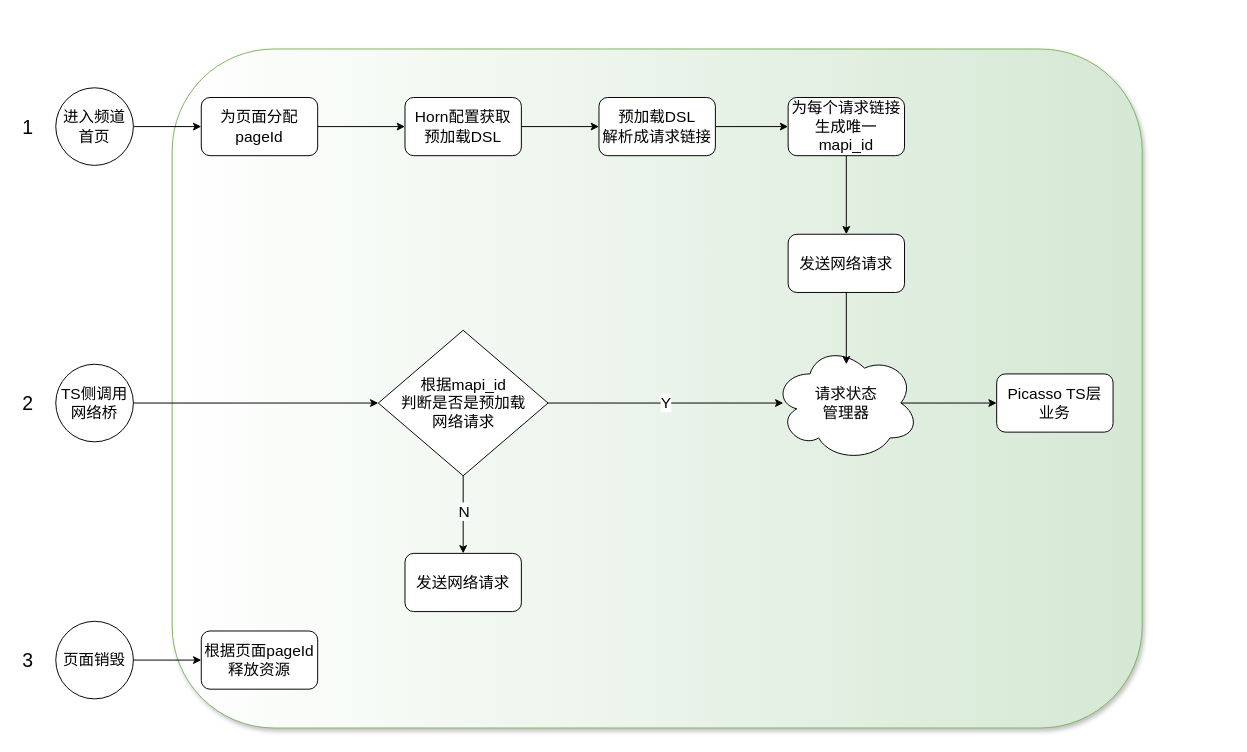
hpk1994/shophome keeps this draw.io diagram as page "第 6 页" (6 of 9) of 频道首页执行流程.drawio. Above is the earlier version. Source tidied: cells renumbered, new cells numbered last; positions are measured from the earlier drawing's top-left corner, leaving out a move shared by most shapes. Both pictures are drawn from the tidied source at 97%, with x=0, y=0 at pixel (16, 48).
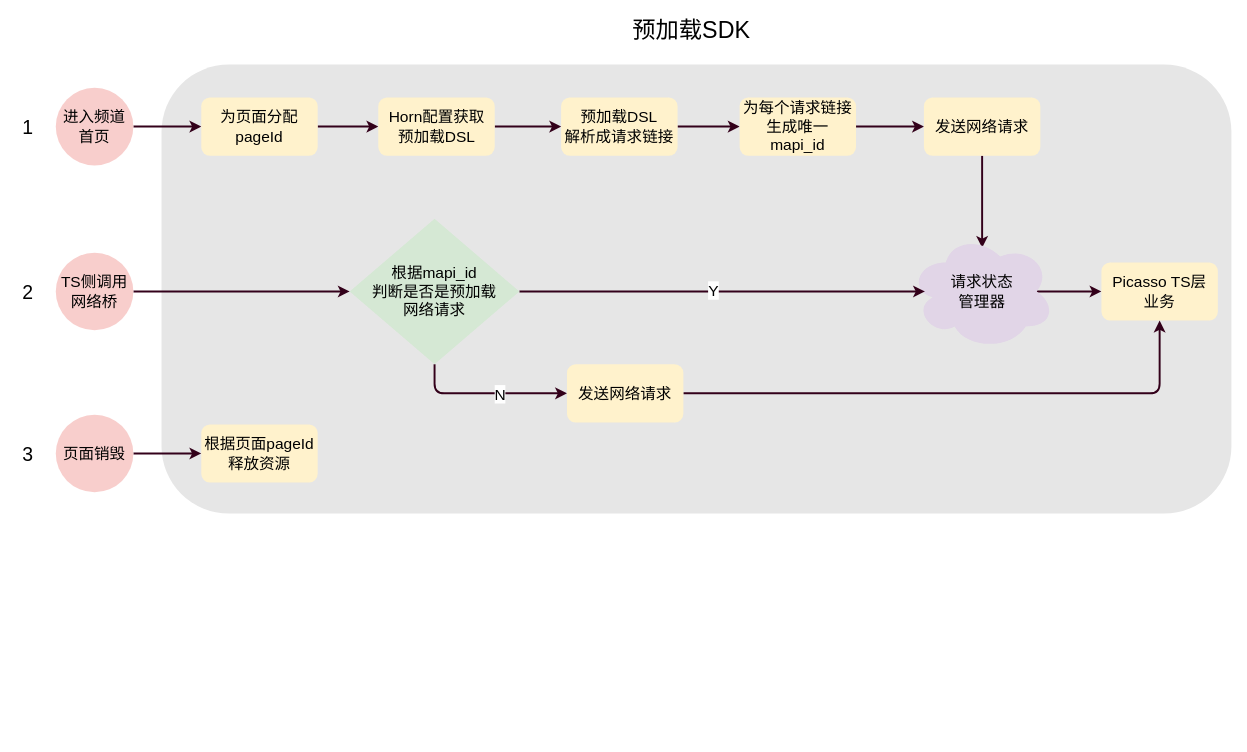
Above is the later version.

The edit, as a diff of the source:
```diff
@@
-    <mxCell id="2" style="rounded=1;whiteSpace=wrap;html=1;fontSize=16;fillColor=#d5e8d4;strokeColor=#82b366;shadow=1;gradientDirection=west;gradientColor=#ffffff;" parent="1" vertex="1">
-      <mxGeometry x="160" width="1000" height="700" as="geometry" />
-    </mxCell>
+    <mxCell id="32" style="rounded=1;whiteSpace=wrap;html=1;shadow=0;strokeColor=none;strokeWidth=2;fillColor=#E6E6E6;gradientColor=none;fontSize=16;" parent="1" vertex="1">
+      <mxGeometry x="149" y="16" width="1103" height="463" as="geometry" />
+    </mxCell>
-    <mxCell id="3" style="edgeStyle=orthogonalEdgeStyle;rounded=0;jettySize=auto;html=1;exitX=1;exitY=0.5;exitDx=0;exitDy=0;entryX=0;entryY=0.5;entryDx=0;entryDy=0;fontSize=16;" parent="1" edge="1" source="4" target="10">
+    <mxCell id="3" style="edgeStyle=orthogonalEdgeStyle;rounded=1;jettySize=auto;html=1;exitX=1;exitY=0.5;exitDx=0;exitDy=0;entryX=0;entryY=0.5;entryDx=0;entryDy=0;startSize=34;strokeColor=#33001A;strokeWidth=2;fontSize=16;" parent="1" edge="1" source="4" target="10">
       <mxGeometry relative="1" as="geometry" />
     </mxCell>
-    <mxCell id="4" value="进入频道首页" style="ellipse;whiteSpace=wrap;html=1;fontSize=16;" parent="1" vertex="1">
+    <mxCell id="4" value="进入频道首页" style="ellipse;whiteSpace=wrap;html=1;fontSize=16;fillColor=#f8cecc;strokeColor=none;" parent="1" vertex="1">
       <mxGeometry x="40" y="40" width="80" height="80" as="geometry" />
     </mxCell>
-    <mxCell id="5" style="edgeStyle=orthogonalEdgeStyle;rounded=0;jettySize=auto;html=1;exitX=1;exitY=0.5;exitDx=0;exitDy=0;entryX=0;entryY=0.5;entryDx=0;entryDy=0;fontSize=16;" parent="1" edge="1" source="6" target="24">
+    <mxCell id="5" style="edgeStyle=orthogonalEdgeStyle;rounded=1;jettySize=auto;html=1;exitX=1;exitY=0.5;exitDx=0;exitDy=0;entryX=0;entryY=0.5;entryDx=0;entryDy=0;startSize=34;strokeColor=#33001A;strokeWidth=2;fontSize=16;" parent="1" edge="1" source="6" target="24">
       <mxGeometry relative="1" as="geometry" />
     </mxCell>
-    <mxCell id="6" value="TS侧调用网络桥" style="ellipse;whiteSpace=wrap;html=1;fontSize=16;" parent="1" vertex="1">
-      <mxGeometry x="40" y="325" width="80" height="80" as="geometry" />
+    <mxCell id="6" value="TS侧调用网络桥" style="ellipse;whiteSpace=wrap;html=1;fontSize=16;fillColor=#f8cecc;strokeColor=none;" parent="1" vertex="1">
+      <mxGeometry x="40" y="210" width="80" height="80" as="geometry" />
     </mxCell>
-    <mxCell id="7" style="edgeStyle=orthogonalEdgeStyle;rounded=0;jettySize=auto;html=1;exitX=1;exitY=0.5;exitDx=0;exitDy=0;entryX=0;entryY=0.5;entryDx=0;entryDy=0;fontSize=16;" parent="1" edge="1" source="8" target="25">
+    <mxCell id="7" style="edgeStyle=orthogonalEdgeStyle;rounded=1;jettySize=auto;html=1;exitX=1;exitY=0.5;exitDx=0;exitDy=0;startSize=34;strokeColor=#33001A;strokeWidth=2;fontSize=16;" parent="1" edge="1" source="8" target="25">
       <mxGeometry relative="1" as="geometry" />
     </mxCell>
-    <mxCell id="8" value="页面销毁" style="ellipse;whiteSpace=wrap;html=1;fontSize=16;" parent="1" vertex="1">
-      <mxGeometry x="40" y="590" width="80" height="80" as="geometry" />
+    <mxCell id="8" value="页面销毁" style="ellipse;whiteSpace=wrap;html=1;fontSize=16;fillColor=#f8cecc;strokeColor=none;" parent="1" vertex="1">
+      <mxGeometry x="40" y="377" width="80" height="80" as="geometry" />
     </mxCell>
-    <mxCell id="9" style="edgeStyle=orthogonalEdgeStyle;rounded=0;jettySize=auto;html=1;exitX=1;exitY=0.5;exitDx=0;exitDy=0;entryX=0;entryY=0.5;entryDx=0;entryDy=0;fontSize=16;" parent="1" edge="1" source="10" target="12">
+    <mxCell id="9" style="edgeStyle=orthogonalEdgeStyle;rounded=1;jettySize=auto;html=1;exitX=1;exitY=0.5;exitDx=0;exitDy=0;entryX=0;entryY=0.5;entryDx=0;entryDy=0;startSize=34;strokeColor=#33001A;strokeWidth=2;fontSize=16;" parent="1" edge="1" source="10" target="12">
       <mxGeometry relative="1" as="geometry" />
     </mxCell>
-    <mxCell id="10" value="为页面分配pageId" style="rounded=1;whiteSpace=wrap;html=1;fontSize=16;" parent="1" vertex="1">
+    <mxCell id="10" value="为页面分配pageId" style="rounded=1;whiteSpace=wrap;html=1;fontSize=16;fillColor=#fff2cc;strokeColor=none;" parent="1" vertex="1">
       <mxGeometry x="190" y="50" width="120" height="60" as="geometry" />
     </mxCell>
-    <mxCell id="11" style="edgeStyle=orthogonalEdgeStyle;rounded=0;jettySize=auto;html=1;exitX=1;exitY=0.5;exitDx=0;exitDy=0;entryX=0;entryY=0.5;entryDx=0;entryDy=0;fontSize=16;" parent="1" edge="1" source="12" target="14">
+    <mxCell id="11" style="edgeStyle=orthogonalEdgeStyle;rounded=1;jettySize=auto;html=1;exitX=1;exitY=0.5;exitDx=0;exitDy=0;entryX=0;entryY=0.5;entryDx=0;entryDy=0;startSize=34;strokeColor=#33001A;strokeWidth=2;fontSize=16;" parent="1" edge="1" source="12" target="14">
       <mxGeometry relative="1" as="geometry" />
     </mxCell>
-    <mxCell id="12" value="Horn配置获取&lt;br&gt;预加载DSL" style="rounded=1;whiteSpace=wrap;html=1;fontSize=16;" parent="1" vertex="1">
-      <mxGeometry x="400" y="50" width="120" height="60" as="geometry" />
+    <mxCell id="12" value="Horn配置获取&lt;br&gt;预加载DSL" style="rounded=1;whiteSpace=wrap;html=1;fontSize=16;fillColor=#fff2cc;strokeColor=none;" parent="1" vertex="1">
+      <mxGeometry x="372.5" y="50" width="120" height="60" as="geometry" />
     </mxCell>
-    <mxCell id="13" style="edgeStyle=orthogonalEdgeStyle;rounded=0;jettySize=auto;html=1;exitX=1;exitY=0.5;exitDx=0;exitDy=0;entryX=0;entryY=0.5;entryDx=0;entryDy=0;fontSize=16;" parent="1" edge="1" source="14" target="16">
+    <mxCell id="13" style="edgeStyle=orthogonalEdgeStyle;rounded=1;jettySize=auto;html=1;exitX=1;exitY=0.5;exitDx=0;exitDy=0;entryX=0;entryY=0.5;entryDx=0;entryDy=0;startSize=34;strokeColor=#33001A;strokeWidth=2;fontSize=16;" parent="1" edge="1" source="14" target="16">
       <mxGeometry relative="1" as="geometry" />
     </mxCell>
-    <mxCell id="14" value="预加载DSL&lt;br&gt;解析成请求链接" style="rounded=1;whiteSpace=wrap;html=1;fontSize=16;" parent="1" vertex="1">
-      <mxGeometry x="600" y="50" width="120" height="60" as="geometry" />
+    <mxCell id="14" value="预加载DSL&lt;br&gt;解析成请求链接" style="rounded=1;whiteSpace=wrap;html=1;fontSize=16;fillColor=#fff2cc;strokeColor=none;" parent="1" vertex="1">
+      <mxGeometry x="561" y="50" width="120" height="60" as="geometry" />
     </mxCell>
-    <mxCell id="15" style="edgeStyle=orthogonalEdgeStyle;rounded=0;jettySize=auto;html=1;exitX=0.5;exitY=1;exitDx=0;exitDy=0;entryX=0.5;entryY=0;entryDx=0;entryDy=0;fontSize=16;" parent="1" edge="1" source="16" target="17">
+    <mxCell id="15" style="edgeStyle=orthogonalEdgeStyle;rounded=1;jettySize=auto;html=1;exitX=1;exitY=0.5;exitDx=0;exitDy=0;entryX=0;entryY=0.5;entryDx=0;entryDy=0;startSize=34;strokeColor=#33001A;strokeWidth=2;fontSize=16;" parent="1" edge="1" source="16" target="17">
       <mxGeometry relative="1" as="geometry" />
     </mxCell>
-    <mxCell id="16" value="为每个请求链接生成唯一mapi_id" style="rounded=1;whiteSpace=wrap;html=1;fontSize=16;" parent="1" vertex="1">
-      <mxGeometry x="795" y="50" width="120" height="60" as="geometry" />
+    <mxCell id="16" value="为每个请求链接生成唯一mapi_id" style="rounded=1;whiteSpace=wrap;html=1;fontSize=16;fillColor=#fff2cc;strokeColor=none;" parent="1" vertex="1">
+      <mxGeometry x="745" y="50" width="120" height="60" as="geometry" />
     </mxCell>
+    <mxCell id="27" style="edgeStyle=orthogonalEdgeStyle;rounded=1;jettySize=auto;html=1;exitX=0.5;exitY=1;exitDx=0;exitDy=0;entryX=0.5;entryY=0.125;entryDx=0;entryDy=0;entryPerimeter=0;startSize=34;strokeColor=#33001A;strokeWidth=2;fontSize=16;" parent="1" edge="1" source="17" target="19">
+      <mxGeometry relative="1" as="geometry" />
+    </mxCell>
-    <mxCell id="17" value="发送网络请求" style="rounded=1;whiteSpace=wrap;html=1;fontSize=16;" parent="1" vertex="1">
-      <mxGeometry x="795" y="191" width="120" height="60" as="geometry" />
+    <mxCell id="17" value="发送网络请求" style="rounded=1;whiteSpace=wrap;html=1;fontSize=16;fillColor=#fff2cc;strokeColor=none;" parent="1" vertex="1">
+      <mxGeometry x="935" y="50" width="120" height="60" as="geometry" />
     </mxCell>
-    <mxCell id="18" style="edgeStyle=orthogonalEdgeStyle;rounded=0;jettySize=auto;html=1;exitX=0.875;exitY=0.5;exitDx=0;exitDy=0;exitPerimeter=0;entryX=0;entryY=0.5;entryDx=0;entryDy=0;fontSize=16;" parent="1" edge="1" source="19" target="26">
+    <mxCell id="18" style="edgeStyle=orthogonalEdgeStyle;rounded=1;jettySize=auto;html=1;exitX=0.875;exitY=0.5;exitDx=0;exitDy=0;exitPerimeter=0;entryX=0;entryY=0.5;entryDx=0;entryDy=0;startSize=34;strokeColor=#33001A;strokeWidth=2;fontSize=16;" parent="1" edge="1" source="19" target="26">
       <mxGeometry relative="1" as="geometry" />
     </mxCell>
-    <mxCell id="19" value="请求状态&lt;br&gt;管理器" style="ellipse;shape=cloud;whiteSpace=wrap;html=1;fontSize=16;" parent="1" vertex="1">
-      <mxGeometry x="780" y="305" width="150" height="120" as="geometry" />
+    <mxCell id="19" value="请求状态&lt;br&gt;管理器" style="ellipse;shape=cloud;whiteSpace=wrap;html=1;fontSize=16;fillColor=#e1d5e7;strokeColor=none;" parent="1" vertex="1">
+      <mxGeometry x="920" y="190" width="150" height="120" as="geometry" />
     </mxCell>
+    <mxCell id="22" style="edgeStyle=orthogonalEdgeStyle;jettySize=auto;html=1;exitX=0.5;exitY=1;exitDx=0;exitDy=0;entryX=0;entryY=0.5;entryDx=0;entryDy=0;startSize=34;strokeColor=#33001A;strokeWidth=2;fontSize=16;rounded=1;" parent="1" edge="1" source="24" target="28">
+      <mxGeometry relative="1" as="geometry" />
+    </mxCell>
+    <mxCell id="23" value="N" style="text;html=1;align=center;verticalAlign=middle;labelBackgroundColor=#ffffff;fontSize=16;" parent="22" vertex="1">
+      <mxGeometry x="0.17" relative="1" as="geometry" />
+    </mxCell>
-    <mxCell id="20" style="edgeStyle=orthogonalEdgeStyle;rounded=0;jettySize=auto;html=1;exitX=1;exitY=0.5;exitDx=0;exitDy=0;entryX=0.067;entryY=0.5;entryDx=0;entryDy=0;entryPerimeter=0;fontSize=16;" parent="1" edge="1" source="24" target="19">
+    <mxCell id="20" style="edgeStyle=orthogonalEdgeStyle;rounded=1;jettySize=auto;html=1;exitX=1;exitY=0.5;exitDx=0;exitDy=0;entryX=0.107;entryY=0.5;entryDx=0;entryDy=0;entryPerimeter=0;startSize=34;strokeColor=#33001A;strokeWidth=2;fontSize=16;" parent="1" edge="1" source="24" target="19">
       <mxGeometry relative="1" as="geometry" />
     </mxCell>
     <mxCell id="21" value="Y" style="text;html=1;align=center;verticalAlign=middle;labelBackgroundColor=#ffffff;fontSize=16;" parent="20" vertex="1">
-      <mxGeometry x="-0.01" y="1" relative="1" as="geometry">
-        <mxPoint x="1" as="offset" />
-      </mxGeometry>
+      <mxGeometry x="-0.05" y="2" relative="1" as="geometry" />
     </mxCell>
-    <mxCell id="22" style="edgeStyle=orthogonalEdgeStyle;rounded=0;jettySize=auto;html=1;exitX=0.5;exitY=1;exitDx=0;exitDy=0;entryX=0.5;entryY=0;entryDx=0;entryDy=0;fontSize=16;" parent="1" edge="1" source="24" target="28">
-      <mxGeometry relative="1" as="geometry" />
-    </mxCell>
-    <mxCell id="23" value="N" style="text;html=1;align=center;verticalAlign=middle;labelBackgroundColor=#ffffff;fontSize=16;" parent="22" vertex="1">
-      <mxGeometry x="-0.1" relative="1" as="geometry" />
-    </mxCell>
-    <mxCell id="24" value="根据mapi_id&lt;br&gt;判断是否是预加载&lt;br&gt;网络请求" style="rhombus;whiteSpace=wrap;html=1;fontSize=16;" parent="1" vertex="1">
-      <mxGeometry x="372.5" y="290" width="175" height="150" as="geometry" />
+    <mxCell id="24" value="根据mapi_id&lt;br&gt;判断是否是预加载&lt;br&gt;网络请求" style="rhombus;whiteSpace=wrap;html=1;fontSize=16;fillColor=#d5e8d4;strokeColor=none;" parent="1" vertex="1">
+      <mxGeometry x="343" y="175" width="175" height="150" as="geometry" />
     </mxCell>
-    <mxCell id="25" value="根据页面pageId释放资源" style="rounded=1;whiteSpace=wrap;html=1;fontSize=16;" parent="1" vertex="1">
-      <mxGeometry x="190" y="600" width="120" height="60" as="geometry" />
+    <mxCell id="25" value="根据页面pageId释放资源" style="rounded=1;whiteSpace=wrap;html=1;fontSize=16;fillColor=#fff2cc;strokeColor=none;" parent="1" vertex="1">
+      <mxGeometry x="190" y="387" width="120" height="60" as="geometry" />
     </mxCell>
-    <mxCell id="26" value="Picasso TS层&lt;br&gt;业务" style="rounded=1;whiteSpace=wrap;html=1;fontSize=16;" parent="1" vertex="1">
-      <mxGeometry x="1010" y="335" width="120" height="60" as="geometry" />
+    <mxCell id="26" value="Picasso TS层&lt;br&gt;业务" style="rounded=1;whiteSpace=wrap;html=1;fontSize=16;fillColor=#fff2cc;strokeColor=none;" parent="1" vertex="1">
+      <mxGeometry x="1118" y="220" width="120" height="60" as="geometry" />
     </mxCell>
-    <mxCell id="27" style="edgeStyle=orthogonalEdgeStyle;rounded=0;jettySize=auto;html=1;exitX=0.5;exitY=1;exitDx=0;exitDy=0;entryX=0.5;entryY=0.167;entryDx=0;entryDy=0;entryPerimeter=0;fontSize=16;" parent="1" edge="1" source="17" target="19">
-      <mxGeometry relative="1" as="geometry" />
-    </mxCell>
+    <mxCell id="33" style="edgeStyle=orthogonalEdgeStyle;rounded=1;jettySize=auto;html=1;exitX=1;exitY=0.5;exitDx=0;exitDy=0;entryX=0.5;entryY=1;entryDx=0;entryDy=0;startSize=34;strokeColor=#33001A;strokeWidth=2;fontSize=16;" parent="1" edge="1" source="28" target="26">
+      <mxGeometry relative="1" as="geometry" />
+    </mxCell>
-    <mxCell id="28" value="发送网络请求" style="rounded=1;whiteSpace=wrap;html=1;fontSize=16;" parent="1" vertex="1">
-      <mxGeometry x="400" y="520" width="120" height="60" as="geometry" />
+    <mxCell id="28" value="发送网络请求" style="rounded=1;whiteSpace=wrap;html=1;fontSize=16;fillColor=#fff2cc;strokeColor=none;" parent="1" vertex="1">
+      <mxGeometry x="567" y="325" width="120" height="60" as="geometry" />
     </mxCell>
@@
     <mxCell id="30" value="&lt;span style=&quot;font-size: 20px&quot;&gt;2&lt;/span&gt;" style="text;html=1;align=center;verticalAlign=middle;fontSize=16;" parent="1" vertex="1">
-      <mxGeometry y="352.5" width="21" height="25" as="geometry" />
+      <mxGeometry y="237.5" width="21" height="25" as="geometry" />
     </mxCell>
     <mxCell id="31" value="&lt;span style=&quot;font-size: 20px&quot;&gt;3&lt;/span&gt;" style="text;html=1;align=center;verticalAlign=middle;fontSize=16;" parent="1" vertex="1">
-      <mxGeometry y="617.5" width="21" height="25" as="geometry" />
+      <mxGeometry y="404.5" width="21" height="25" as="geometry" />
     </mxCell>
+    <mxCell id="34" value="&lt;font style=&quot;font-size: 24px&quot;&gt;预加载SDK&lt;/font&gt;" style="text;html=1;align=center;verticalAlign=middle;fontSize=16;" parent="1" vertex="1">
+      <mxGeometry x="629" y="-32" width="131" height="26" as="geometry" />
+    </mxCell>
```
